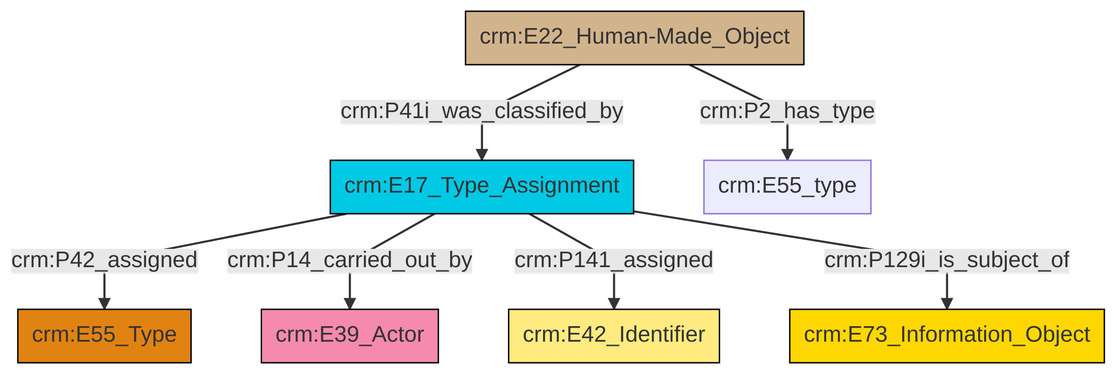
Earlier version of the Mermaid export et/builtWorkCSV/ttl/mmd/png/Built_Work_designation_status.png (swiss-art-research-net/docs.swissartresearch). Its source is kept beside it as et/builtWorkCSV/ttl/mmd/Built_Work_designation_status.ttl.mmd.
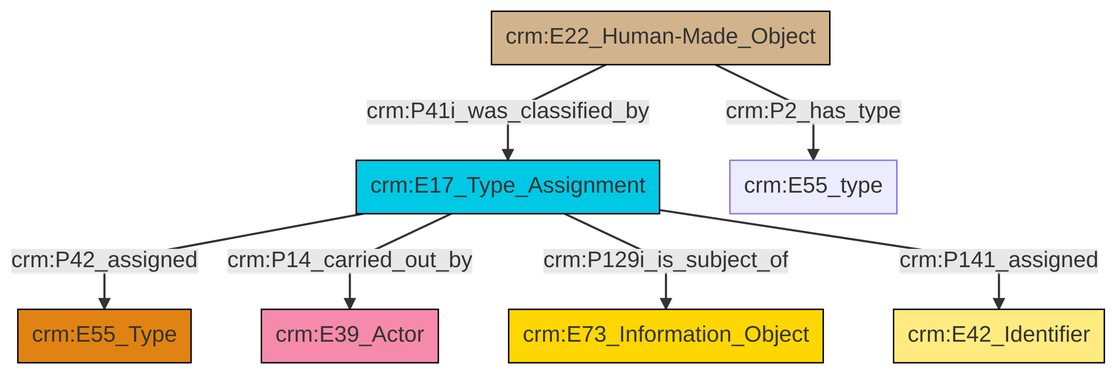
Above is the later version.

What changed in the source:
```diff
@@ -13,9 +13,9 @@
 classDef PC_Classes fill:#4ce600, stroke:#000000;
 classDef Multi fill:#cccccc,stroke:#000000;
 
-0["crm:E17_Type_Assignment"]:::Temporal_Entity -->|crm:P42_assigned| 1["crm:E55_Type"]:::Type
-5["crm:E22_Human-Made_Object"]:::Physical_Thing -->|crm:P2_has_type| 7["crm:E55_type"]:::Default
-0["crm:E17_Type_Assignment"]:::Temporal_Entity -->|crm:P14_carried_out_by| 3["crm:E39_Actor"]:::Actor
-0["crm:E17_Type_Assignment"]:::Temporal_Entity -->|crm:P141_assigned| 9["crm:E42_Identifier"]:::Appellation
-5["crm:E22_Human-Made_Object"]:::Physical_Thing -->|crm:P41i_was_classified_by| 0["crm:E17_Type_Assignment"]:::Temporal_Entity
-0["crm:E17_Type_Assignment"]:::Temporal_Entity -->|crm:P129i_is_subject_of| 13["crm:E73_Information_Object"]:::Conceptual_Object
+2["crm:E17_Type_Assignment"]:::Temporal_Entity -->|crm:P42_assigned| 3["crm:E55_Type"]:::Type
+2["crm:E17_Type_Assignment"]:::Temporal_Entity -->|crm:P14_carried_out_by| 4["crm:E39_Actor"]:::Actor
+2["crm:E17_Type_Assignment"]:::Temporal_Entity -->|crm:P129i_is_subject_of| 5["crm:E73_Information_Object"]:::Conceptual_Object
+6["crm:E22_Human-Made_Object"]:::Physical_Thing -->|crm:P41i_was_classified_by| 2["crm:E17_Type_Assignment"]:::Temporal_Entity
+6["crm:E22_Human-Made_Object"]:::Physical_Thing -->|crm:P2_has_type| 7["crm:E55_type"]:::Default
+2["crm:E17_Type_Assignment"]:::Temporal_Entity -->|crm:P141_assigned| 0["crm:E42_Identifier"]:::Appellation
```
